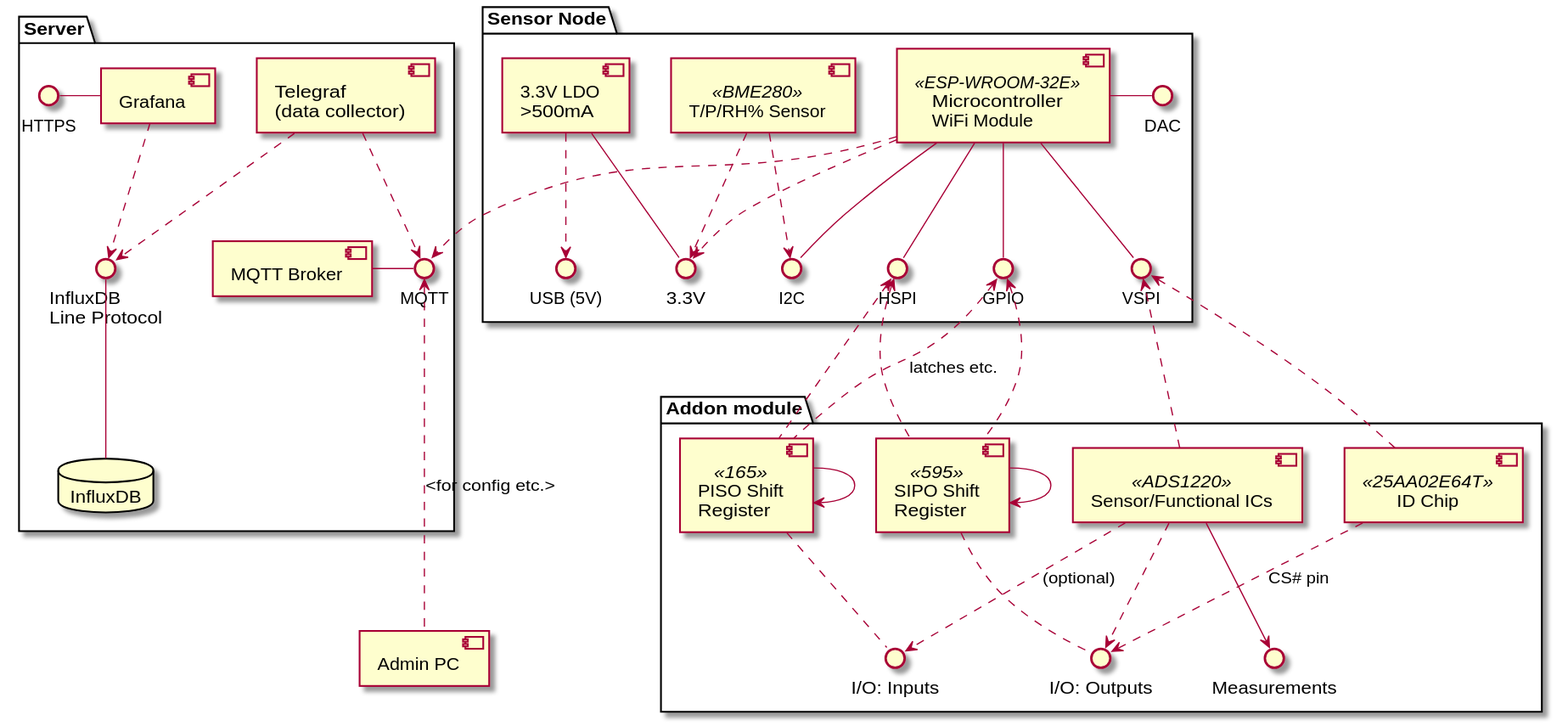
The PlantUML diagram docs/components.svg in Tulitomaatti/mittari, before a commit.
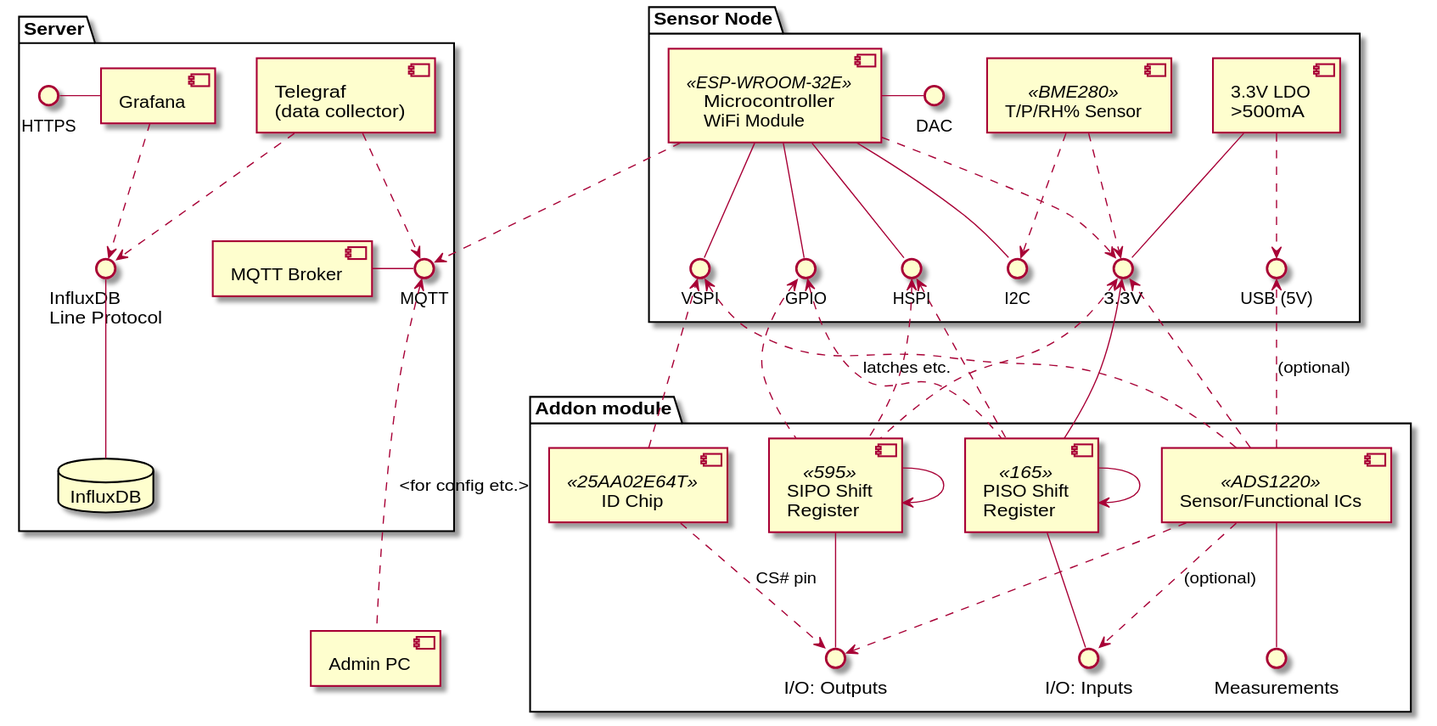
The same diagram one commit later.

Commit message:
Tuned component diagram.

Change to the diagram source:
```diff
@@ -58,14 +58,17 @@
 mqtt_broker - mqtt
 db -up- influx
 
-piso_sr .. module_inputs
-sipo_sr .. module_outputs
+piso_sr -d- module_inputs
+sipo_sr -d- module_outputs
 HSPI <.. sipo_sr
 HSPI <.. piso_sr
 GPIO <.. piso_sr : latches etc.
 GPIO <.. sipo_sr
 sipo_sr --> sipo_sr
 piso_sr --> piso_sr
+sipo_sr .u.> 3.3V
+piso_sr -u-> 3.3V
+
 
 
 id_eeprom ..> module_outputs : CS# pin
@@ -74,7 +77,9 @@
 sensor ..> VSPI
 sensor ..> module_outputs
 sensor ..> module_inputs : (optional)
-sensor -d-> measurement
+sensor -d- measurement
+sensor ..> 3.3V
+sensor ..> USB : (optional)
 
 pc .up..> mqtt : <for config etc.>
 @enduml
```
